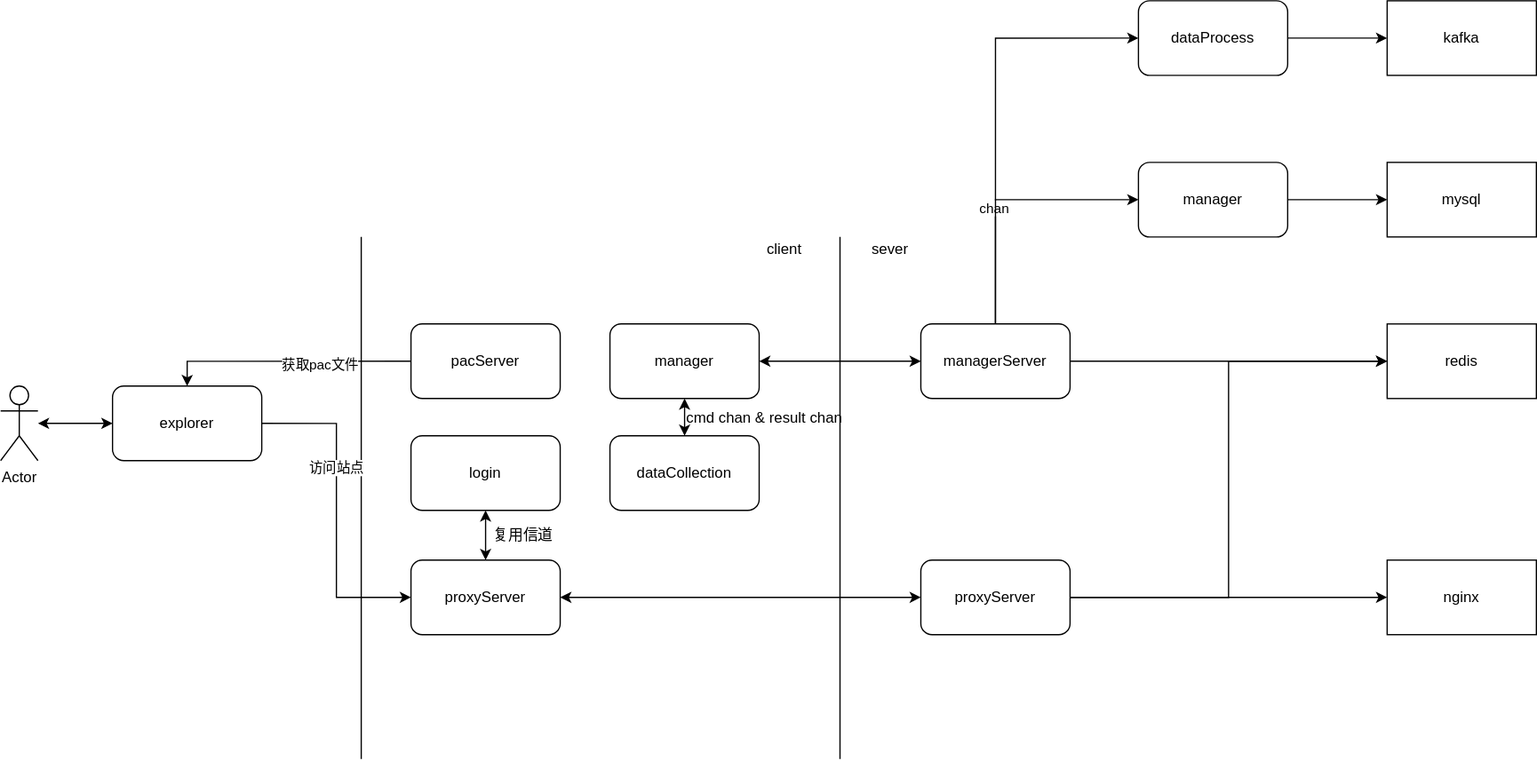
c17abab/diag_pics keeps this draw.io diagram as tc_逻辑架构.svg. Above is the earlier version. Source tidied: cells renumbered, new cells last; positions are measured from the earlier drawing's top-left corner, leaving out a move shared by most shapes.
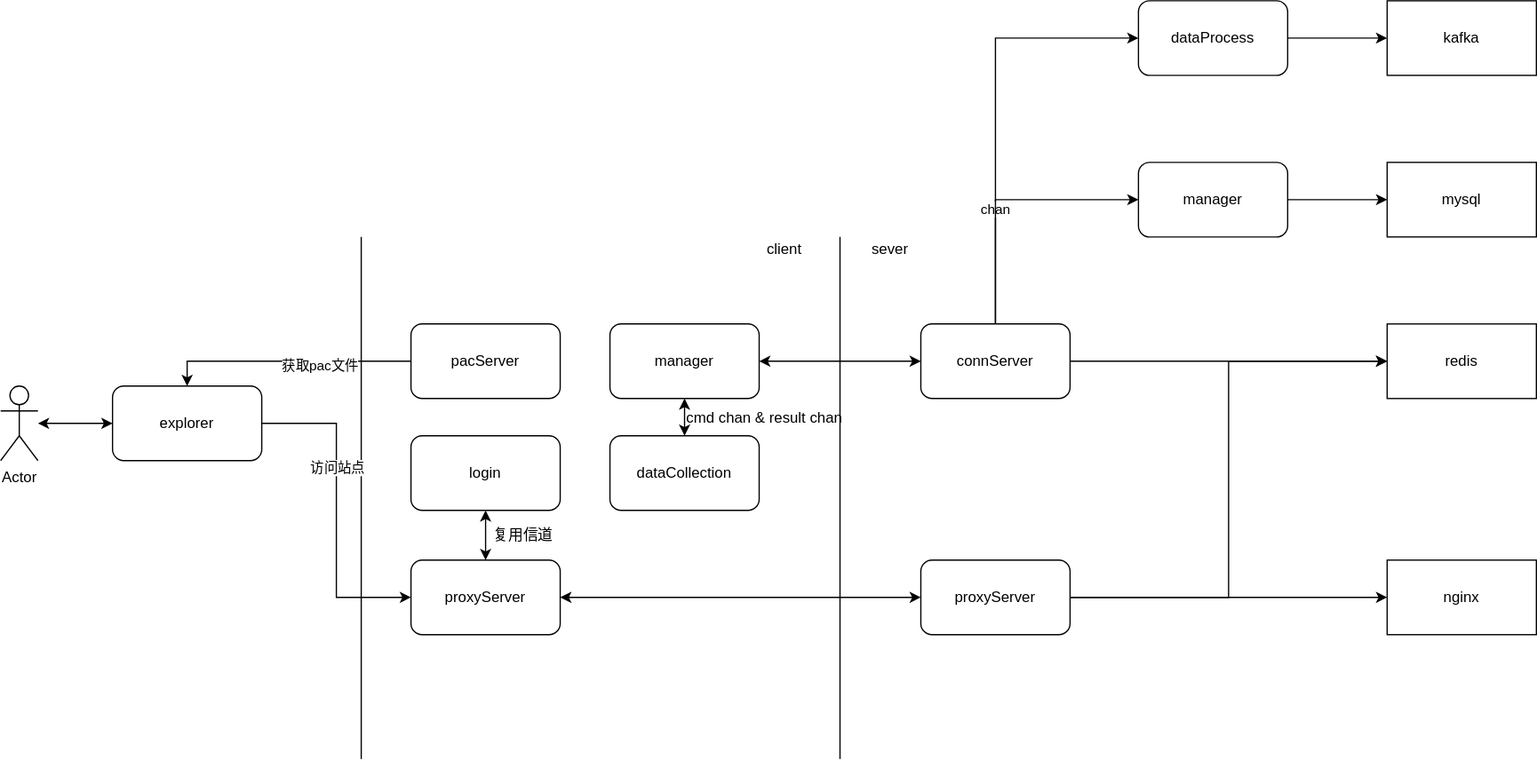
Above is the later version.

Commit message:
更新tc_逻辑架构.svg

What changed in the source:
```diff
@@ -14,7 +14,7 @@
     <mxCell id="5" style="edgeStyle=orthogonalEdgeStyle;rounded=0;jettySize=auto;html=1;exitX=0.5;exitY=0;exitDx=0;exitDy=0;entryX=0;entryY=0.5;entryDx=0;entryDy=0;startArrow=none;startFill=0;" parent="1" edge="1" source="6" target="37">
       <mxGeometry relative="1" as="geometry" />
     </mxCell>
-    <mxCell id="6" value="managerServer" style="rounded=1;whiteSpace=wrap;html=1;" parent="1" vertex="1">
+    <mxCell id="6" value="connServer" style="rounded=1;whiteSpace=wrap;html=1;" parent="1" vertex="1">
       <mxGeometry x="740" y="260" width="120" height="60" as="geometry" />
     </mxCell>
     <mxCell id="7" style="endArrow=none;html=1;" parent="1" edge="1">
```
